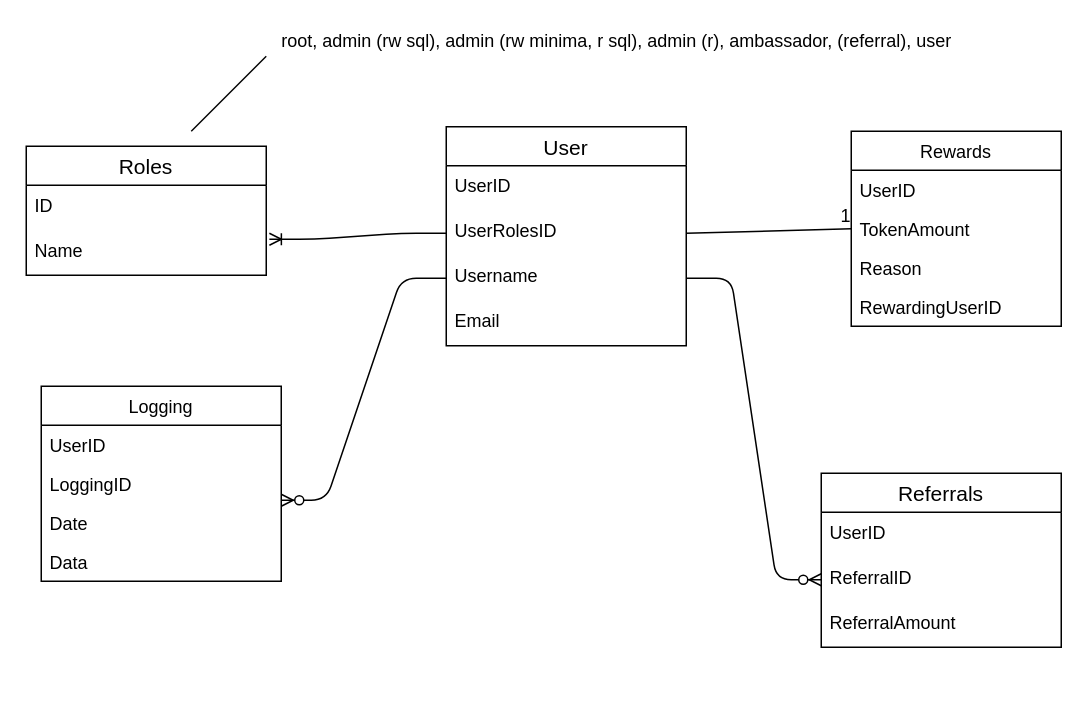
minima-global/incentivecash keeps this draw.io diagram as docs/images/dbase.drawio. Above is the earlier version. Source tidied: cells renumbered, new cells numbered last; positions are measured from the earlier drawing's top-left corner, leaving out a move shared by most shapes. Both pictures are drawn from the tidied source at 150%, with x=0, y=0 at pixel (26, 26).
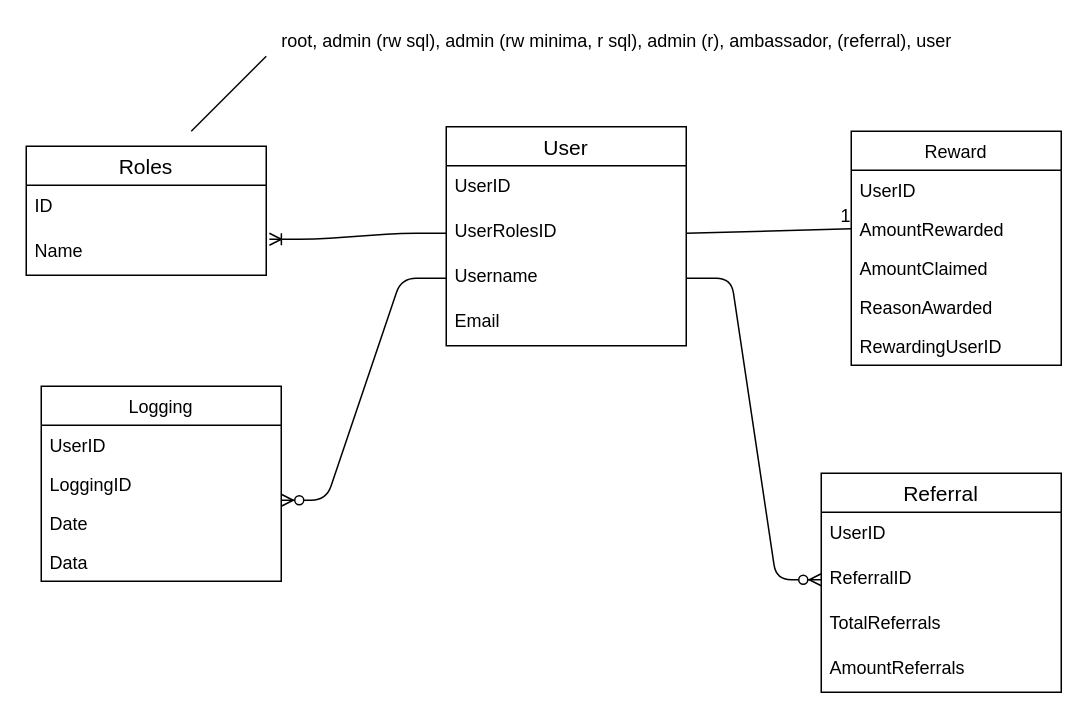
Above is the later version.

The edit, as a diff of the source:
```diff
@@
-    <mxCell id="10" value="Rewards" style="swimlane;fontStyle=0;horizontal=1;startSize=26;fillColor=none;" parent="1" vertex="1">
-      <mxGeometry x="550" y="70" width="140" height="130" as="geometry" />
+    <mxCell id="10" value="Reward" style="swimlane;fontStyle=0;horizontal=1;startSize=26;fillColor=none;" parent="1" vertex="1">
+      <mxGeometry x="550" y="70" width="140" height="156" as="geometry" />
     </mxCell>
@@
-    <mxCell id="12" value="TokenAmount" style="text;strokeColor=none;fillColor=none;align=left;verticalAlign=top;spacingLeft=4;spacingRight=4;overflow=hidden;points=[[0,0.5],[1,0.5]];portConstraint=eastwest;" parent="10" vertex="1">
+    <mxCell id="12" value="AmountRewarded" style="text;strokeColor=none;fillColor=none;align=left;verticalAlign=top;spacingLeft=4;spacingRight=4;overflow=hidden;points=[[0,0.5],[1,0.5]];portConstraint=eastwest;" parent="10" vertex="1">
       <mxGeometry y="52" width="140" height="26" as="geometry" />
     </mxCell>
+    <mxCell id="31" value="AmountClaimed&#10;" style="text;strokeColor=none;fillColor=none;align=left;verticalAlign=top;spacingLeft=4;spacingRight=4;overflow=hidden;" parent="10" vertex="1">
+      <mxGeometry y="78" width="140" height="26" as="geometry" />
+    </mxCell>
-    <mxCell id="13" value="Reason" style="text;strokeColor=none;fillColor=none;align=left;verticalAlign=top;spacingLeft=4;spacingRight=4;overflow=hidden;" parent="10" vertex="1">
-      <mxGeometry y="78" width="140" height="26" as="geometry" />
+    <mxCell id="13" value="ReasonAwarded" style="text;strokeColor=none;fillColor=none;align=left;verticalAlign=top;spacingLeft=4;spacingRight=4;overflow=hidden;" parent="10" vertex="1">
+      <mxGeometry y="104" width="140" height="26" as="geometry" />
     </mxCell>
     <mxCell id="14" value="RewardingUserID" style="text;strokeColor=none;fillColor=none;align=left;verticalAlign=top;spacingLeft=4;spacingRight=4;overflow=hidden;" parent="10" vertex="1">
-      <mxGeometry y="104" width="140" height="26" as="geometry" />
+      <mxGeometry y="130" width="140" height="26" as="geometry" />
     </mxCell>
@@
-    <mxCell id="25" value="Referrals" style="swimlane;fontStyle=0;horizontal=1;startSize=26;align=center;fontSize=14;" parent="1" vertex="1">
-      <mxGeometry x="530" y="298" width="160" height="116" as="geometry" />
+    <mxCell id="25" value="Referral" style="swimlane;fontStyle=0;horizontal=1;startSize=26;align=center;fontSize=14;" parent="1" vertex="1">
+      <mxGeometry x="530" y="298" width="160" height="146" as="geometry" />
     </mxCell>
@@
-    <mxCell id="28" value="ReferralAmount" style="text;strokeColor=none;fillColor=none;spacingLeft=4;spacingRight=4;overflow=hidden;fontSize=12;" parent="25" vertex="1">
+    <mxCell id="28" value="TotalReferrals" style="text;strokeColor=none;fillColor=none;spacingLeft=4;spacingRight=4;overflow=hidden;fontSize=12;" parent="25" vertex="1">
       <mxGeometry y="86" width="160" height="30" as="geometry" />
     </mxCell>
+    <mxCell id="32" value="AmountReferrals" style="text;strokeColor=none;fillColor=none;spacingLeft=4;spacingRight=4;overflow=hidden;fontSize=12;" parent="25" vertex="1">
+      <mxGeometry y="116" width="160" height="30" as="geometry" />
+    </mxCell>
```
